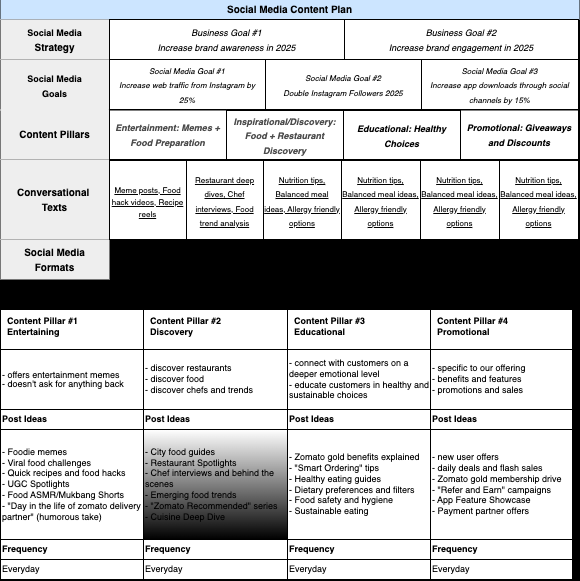
Above: Content Strategy Plan.drawio.png in Aggarwal-Bhavya/Case-Study-Graphs-And-Diagrams (draw.io), before the change. Source tidied: cells renumbered, new cells last; positions are measured from the earlier drawing's top-left corner, leaving out a move shared by most shapes.
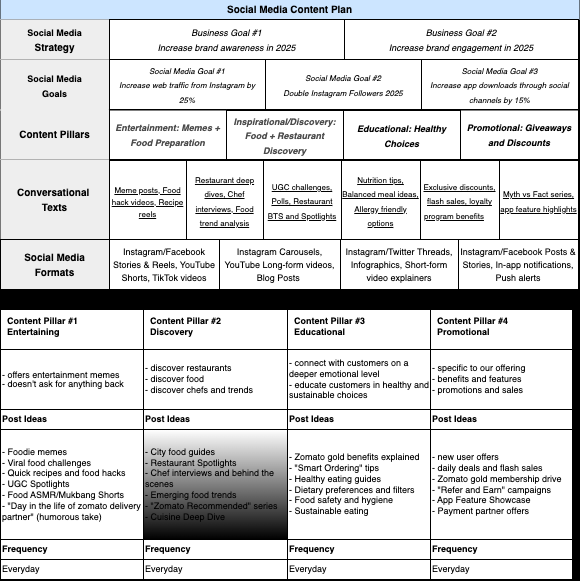
After the commit.

What changed in the source:
```diff
@@ -113,8 +113,8 @@
     <mxCell id="38" value="&lt;font size=&quot;1&quot;&gt;&lt;b&gt;Conversational&amp;nbsp;&lt;/b&gt;&lt;/font&gt;&lt;div&gt;&lt;font size=&quot;1&quot;&gt;&lt;b&gt;Texts&lt;/b&gt;&lt;/font&gt;&lt;/div&gt;" style="rounded=0;whiteSpace=wrap;html=1;fillColor=#eeeeee;strokeColor=none;" parent="1" vertex="1">
       <mxGeometry y="160" width="109" height="80" as="geometry" />
     </mxCell>
-    <mxCell id="39" value="&lt;font size=&quot;1&quot;&gt;&lt;b&gt;Social Media&lt;/b&gt;&lt;/font&gt;&lt;div&gt;&lt;font size=&quot;1&quot;&gt;&lt;b&gt;Formats&lt;/b&gt;&lt;/font&gt;&lt;/div&gt;" style="rounded=0;whiteSpace=wrap;html=1;fillColor=#eeeeee;strokeColor=none;" parent="1" vertex="1">
-      <mxGeometry y="240" width="109" height="40" as="geometry" />
+    <mxCell id="39" value="&lt;font size=&quot;1&quot;&gt;&lt;b&gt;Social Media&lt;/b&gt;&lt;/font&gt;&lt;div&gt;&lt;font size=&quot;1&quot;&gt;&lt;b&gt;Formats&lt;/b&gt;&lt;/font&gt;&lt;/div&gt;" style="rounded=0;whiteSpace=wrap;html=1;fillColor=#eeeeee;strokeColor=light-dark(#000000,#000000);" parent="1" vertex="1">
+      <mxGeometry y="240" width="109" height="50" as="geometry" />
     </mxCell>
     <mxCell id="40" value="&lt;font style=&quot;color: light-dark(rgb(0, 0, 0), rgb(77, 77, 77)); font-size: 9px;&quot;&gt;&lt;i&gt;Business Goal #1&lt;/i&gt;&lt;/font&gt;&lt;div&gt;&lt;font style=&quot;color: light-dark(rgb(0, 0, 0), rgb(77, 77, 77)); font-size: 9px;&quot;&gt;&lt;i&gt;Increase brand awareness in 2025&lt;/i&gt;&lt;/font&gt;&lt;/div&gt;" style="rounded=0;whiteSpace=wrap;html=1;fillColor=light-dark(#FFFFFF,#E6E6E6);strokeColor=light-dark(#000000,#0066CC);" parent="1" vertex="1">
       <mxGeometry x="109" y="20" width="235" height="40" as="geometry" />
@@ -149,17 +149,29 @@
     <mxCell id="50" value="&lt;font style=&quot;font-size: 8px; line-height: 100%; color: light-dark(rgb(0, 0, 0), rgb(0, 0, 0));&quot;&gt;&lt;u&gt;Restaurant deep dives, Chef interviews, Food trend analysis&lt;/u&gt;&lt;/font&gt;" style="rounded=0;whiteSpace=wrap;html=1;fillColor=light-dark(#FFFFFF,#E5CCFF);strokeColor=light-dark(#000000,#0066CC);" parent="1" vertex="1">
       <mxGeometry x="186" y="161" width="77" height="79" as="geometry" />
     </mxCell>
-    <mxCell id="51" value="&lt;font style=&quot;font-size: 8px; color: light-dark(rgb(0, 0, 0), rgb(0, 0, 0));&quot;&gt;&lt;u style=&quot;line-height: 100%;&quot;&gt;Nutrition tips, Balanced meal ideas, Allergy friendly options&lt;/u&gt;&lt;/font&gt;" style="rounded=0;whiteSpace=wrap;html=1;fillColor=light-dark(#FFFFFF,#E5CCFF);strokeColor=light-dark(#000000,#0066CC);" parent="1" vertex="1">
+    <mxCell id="51" value="&lt;font style=&quot;color: light-dark(rgb(0, 0, 0), rgb(0, 0, 0));&quot;&gt;&lt;span style=&quot;font-size: 8px;&quot;&gt;&lt;u style=&quot;&quot;&gt;UGC challenges, Polls, Restaurant BTS and Spotlights&lt;/u&gt;&lt;/span&gt;&lt;/font&gt;" style="rounded=0;whiteSpace=wrap;html=1;fillColor=light-dark(#FFFFFF,#E5CCFF);strokeColor=light-dark(#000000,#0066CC);" parent="1" vertex="1">
       <mxGeometry x="263" y="161" width="78" height="79" as="geometry" />
     </mxCell>
     <mxCell id="52" value="&lt;font style=&quot;font-size: 8px; color: light-dark(rgb(0, 0, 0), rgb(0, 0, 0));&quot;&gt;&lt;u style=&quot;line-height: 100%;&quot;&gt;Nutrition tips, Balanced meal ideas, Allergy friendly options&lt;/u&gt;&lt;/font&gt;" style="rounded=0;whiteSpace=wrap;html=1;fillColor=light-dark(#FFFFFF,#E5CCFF);strokeColor=light-dark(#000000,#0066CC);" parent="1" vertex="1">
       <mxGeometry x="341" y="161" width="79" height="79" as="geometry" />
     </mxCell>
-    <mxCell id="53" value="&lt;font style=&quot;font-size: 8px; color: light-dark(rgb(0, 0, 0), rgb(0, 0, 0));&quot;&gt;&lt;u style=&quot;line-height: 100%;&quot;&gt;Nutrition tips, Balanced meal ideas, Allergy friendly options&lt;/u&gt;&lt;/font&gt;" style="rounded=0;whiteSpace=wrap;html=1;fillColor=light-dark(#FFFFFF,#E5CCFF);strokeColor=light-dark(#000000,#0066CC);" parent="1" vertex="1">
+    <mxCell id="53" value="&lt;font style=&quot;color: light-dark(rgb(0, 0, 0), rgb(0, 0, 0));&quot;&gt;&lt;span style=&quot;font-size: 8px;&quot;&gt;&lt;u style=&quot;&quot;&gt;Exclusive discounts, flash sales, loyalty program benefits&lt;span style=&quot;white-space: pre;&quot;&gt;&#9;&lt;/span&gt;&lt;/u&gt;&lt;/span&gt;&lt;/font&gt;" style="rounded=0;whiteSpace=wrap;html=1;fillColor=light-dark(#FFFFFF,#E5CCFF);strokeColor=light-dark(#000000,#0066CC);align=center;" parent="1" vertex="1">
       <mxGeometry x="420" y="161" width="79" height="79" as="geometry" />
     </mxCell>
-    <mxCell id="54" value="&lt;font style=&quot;font-size: 8px; color: light-dark(rgb(0, 0, 0), rgb(0, 0, 0));&quot;&gt;&lt;u style=&quot;line-height: 100%;&quot;&gt;Nutrition tips, Balanced meal ideas, Allergy friendly options&lt;/u&gt;&lt;/font&gt;" style="rounded=0;whiteSpace=wrap;html=1;fillColor=light-dark(#FFFFFF,#E5CCFF);strokeColor=light-dark(#000000,#0066CC);" parent="1" vertex="1">
+    <mxCell id="54" value="&lt;font style=&quot;color: light-dark(rgb(0, 0, 0), rgb(0, 0, 0));&quot;&gt;&lt;span style=&quot;font-size: 8px;&quot;&gt;&lt;u style=&quot;&quot;&gt;Myth vs Fact series, app feature highlights&lt;/u&gt;&lt;/span&gt;&lt;/font&gt;" style="rounded=0;whiteSpace=wrap;html=1;fillColor=light-dark(#FFFFFF,#E5CCFF);strokeColor=light-dark(#000000,#0066CC);" parent="1" vertex="1">
       <mxGeometry x="499" y="161" width="79" height="79" as="geometry" />
     </mxCell>
+    <mxCell id="55" value="&lt;div style=&quot;line-height: 100%;&quot;&gt;&lt;font style=&quot;font-size: 9px;&quot;&gt;Instagram/Facebook Stories &amp;amp; Reels, YouTube Shorts, TikTok videos&lt;/font&gt;&lt;/div&gt;" style="rounded=0;whiteSpace=wrap;html=1;fillColor=light-dark(#FFFFFF,#00994D);strokeColor=light-dark(#000000,#0066CC);" parent="1" vertex="1">
+      <mxGeometry x="109" y="240" width="110" height="50" as="geometry" />
+    </mxCell>
+    <mxCell id="56" value="&lt;div style=&quot;line-height: 100%;&quot;&gt;&lt;font style=&quot;font-size: 9px;&quot;&gt;Instagram Carousels, YouTube Long-form videos, Blog Posts&amp;nbsp;&lt;/font&gt;&lt;/div&gt;" style="rounded=0;whiteSpace=wrap;html=1;fillColor=light-dark(#FFFFFF,#00994D);strokeColor=light-dark(#000000,#0066CC);" parent="1" vertex="1">
+      <mxGeometry x="219" y="240" width="121" height="50" as="geometry" />
+    </mxCell>
+    <mxCell id="57" value="&lt;div style=&quot;line-height: 100%;&quot;&gt;&lt;font style=&quot;font-size: 9px;&quot;&gt;Instagram/Twitter Threads, Infographics, Short-form video explainers&lt;/font&gt;&lt;/div&gt;" style="rounded=0;whiteSpace=wrap;html=1;fillColor=light-dark(#FFFFFF,#00994D);strokeColor=light-dark(#000000,#0066CC);" parent="1" vertex="1">
+      <mxGeometry x="340" y="240" width="118" height="50" as="geometry" />
+    </mxCell>
+    <mxCell id="58" value="&lt;div style=&quot;line-height: 100%;&quot;&gt;&lt;font style=&quot;font-size: 9px;&quot;&gt;Instagram/Facebook Posts &amp;amp; Stories, In-app notifications, Push alerts&lt;/font&gt;&lt;/div&gt;" style="rounded=0;whiteSpace=wrap;html=1;fillColor=light-dark(#FFFFFF,#00994D);strokeColor=light-dark(#000000,#0066CC);" parent="1" vertex="1">
+      <mxGeometry x="458" y="240" width="120" height="50" as="geometry" />
+    </mxCell>
   </root>
 </mxGraphModel>
```
